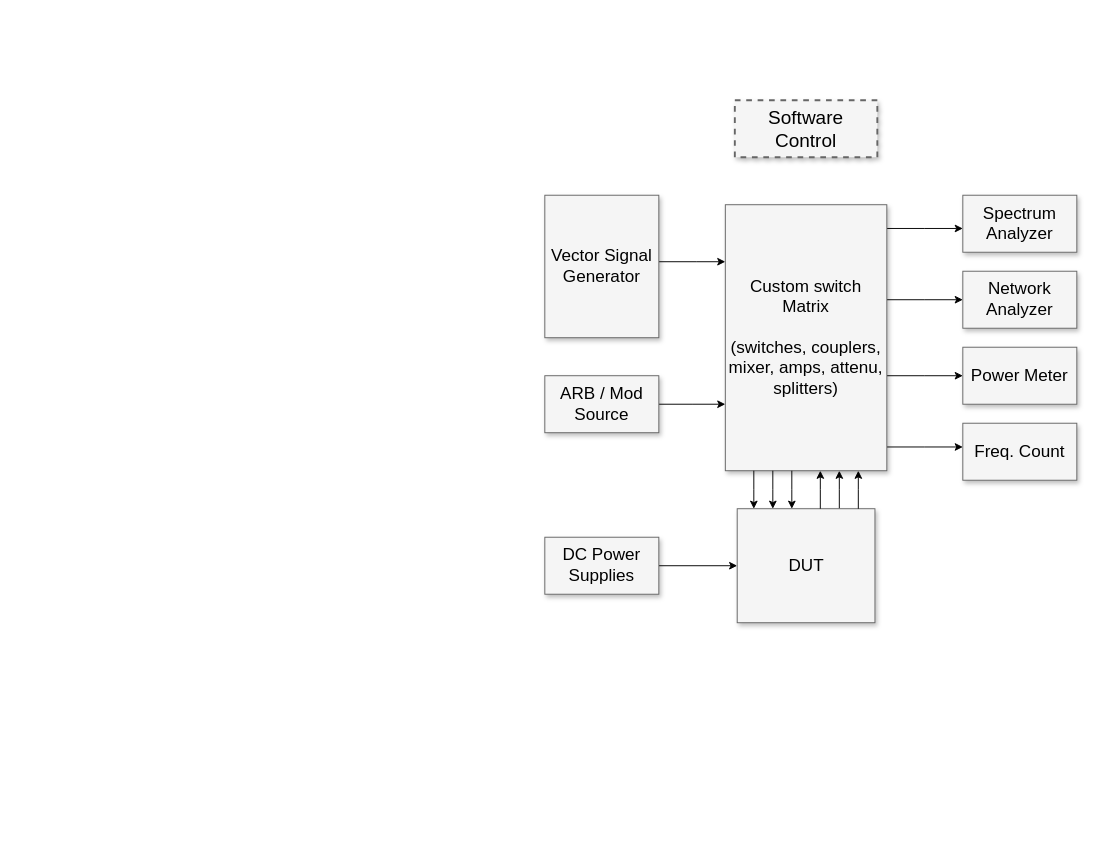
vkeiper/flowcharts keeps this draw.io diagram as eLink2/anatomy_fw2.drawio. Above is the earlier version. Source tidied: cells renumbered, new cells numbered last; positions are measured from the earlier drawing's top-left corner, leaving out a move shared by most shapes. Both pictures are drawn from the tidied source at 95%, with x=0, y=0 at pixel (544, 100).
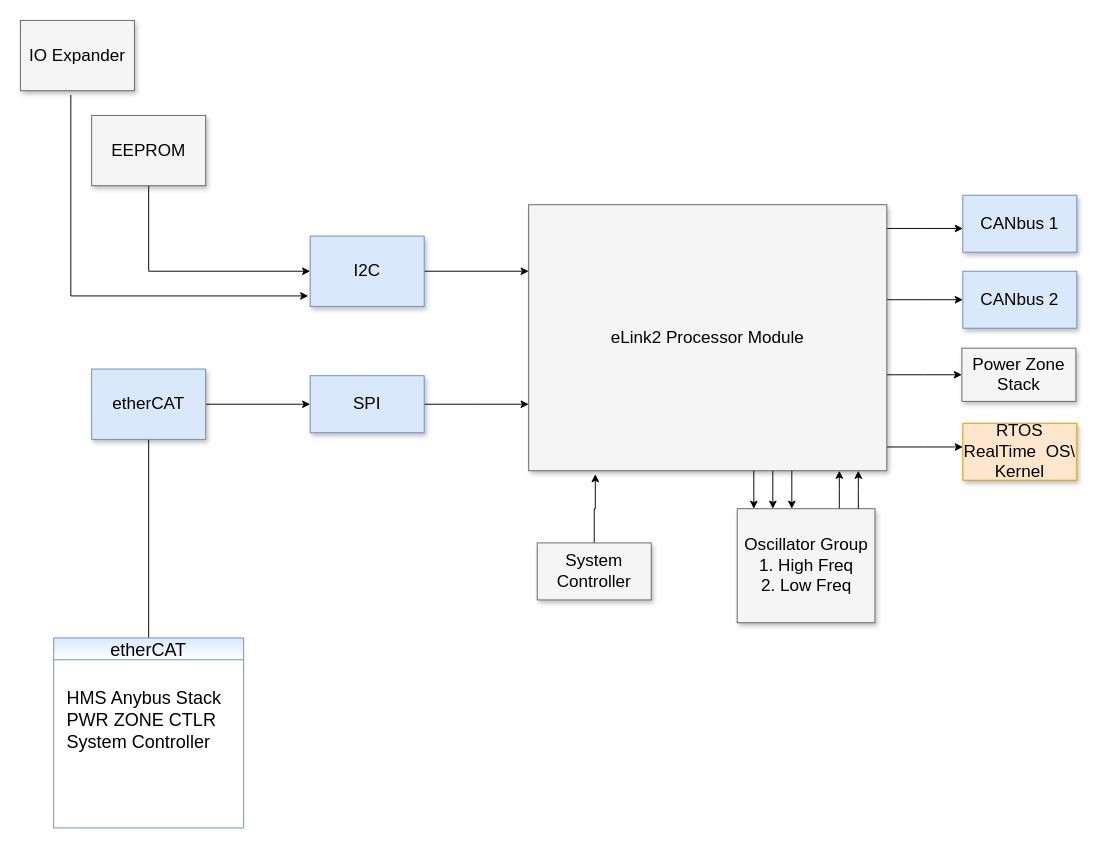
Above is the later version.

The edit, as a diff of the source:
```diff
@@
-    <mxCell id="2" value="Software Control" style="whiteSpace=wrap;html=1;shadow=1;fontSize=20;fillColor=#f5f5f5;strokeColor=#666666;strokeWidth=2;dashed=1;" parent="1" vertex="1">
-      <mxGeometry x="200" width="150" height="60" as="geometry" />
-    </mxCell>
@@
-    <mxCell id="8" value="Custom switch Matrix&lt;div&gt;&lt;br&gt;&lt;/div&gt;&lt;div&gt;(switches, couplers, mixer, amps, attenu, splitters)&lt;/div&gt;" style="whiteSpace=wrap;html=1;shadow=1;fontSize=18;fillColor=#f5f5f5;strokeColor=#666666;" parent="1" vertex="1">
-      <mxGeometry x="190" y="110" width="170" height="280" as="geometry" />
+    <mxCell id="8" value="eLink2 Processor&amp;nbsp;Module&lt;br&gt;" style="whiteSpace=wrap;html=1;shadow=1;fontSize=18;fillColor=#f5f5f5;strokeColor=#666666;" parent="1" vertex="1">
+      <mxGeometry x="-17" y="110" width="377" height="280" as="geometry" />
     </mxCell>
-    <mxCell id="9" value="Spectrum Analyzer" style="whiteSpace=wrap;html=1;shadow=1;fontSize=18;fillColor=#f5f5f5;strokeColor=#666666;" parent="1" vertex="1">
+    <mxCell id="9" value="CANbus 1" style="whiteSpace=wrap;html=1;shadow=1;fontSize=18;fillColor=#dae8fc;strokeColor=#6c8ebf;" parent="1" vertex="1">
       <mxGeometry x="440" y="100" width="120" height="60" as="geometry" />
     </mxCell>
-    <mxCell id="10" value="Network Analyzer" style="whiteSpace=wrap;html=1;shadow=1;fontSize=18;fillColor=#f5f5f5;strokeColor=#666666;" parent="1" vertex="1">
+    <mxCell id="10" value="CANbus 2" style="whiteSpace=wrap;html=1;shadow=1;fontSize=18;fillColor=#dae8fc;strokeColor=#6c8ebf;" parent="1" vertex="1">
       <mxGeometry x="440" y="180" width="120" height="60" as="geometry" />
     </mxCell>
-    <mxCell id="11" value="Power Meter" style="whiteSpace=wrap;html=1;shadow=1;fontSize=18;fillColor=#f5f5f5;strokeColor=#666666;" parent="1" vertex="1">
-      <mxGeometry x="440" y="260" width="120" height="60" as="geometry" />
+    <mxCell id="11" value="Power Zone Stack" style="whiteSpace=wrap;html=1;shadow=1;fontSize=18;fillColor=#f5f5f5;strokeColor=#666666;" parent="1" vertex="1">
+      <mxGeometry x="439" y="261" width="120" height="56" as="geometry" />
     </mxCell>
-    <mxCell id="12" value="Freq. Count" style="whiteSpace=wrap;html=1;shadow=1;fontSize=18;fillColor=#f5f5f5;strokeColor=#666666;" parent="1" vertex="1">
+    <mxCell id="12" value="RTOS&lt;br&gt;RealTime&amp;nbsp; OS\ Kernel&lt;br&gt;" style="whiteSpace=wrap;html=1;shadow=1;fontSize=18;fillColor=#ffe6cc;strokeColor=#d79b00;" parent="1" vertex="1">
       <mxGeometry x="440" y="340" width="120" height="60" as="geometry" />
     </mxCell>
@@
-    <mxCell id="14" value="Vector Signal Generator" style="whiteSpace=wrap;html=1;shadow=1;fontSize=18;fillColor=#f5f5f5;strokeColor=#666666;" parent="1" vertex="1">
-      <mxGeometry y="100" width="120" height="150" as="geometry" />
+    <mxCell id="14" value="I2C" style="whiteSpace=wrap;html=1;shadow=1;fontSize=18;fillColor=#dae8fc;strokeColor=#6c8ebf;" parent="1" vertex="1">
+      <mxGeometry x="-247" y="143" width="120" height="74" as="geometry" />
     </mxCell>
@@
-    <mxCell id="16" value="ARB / Mod Source" style="whiteSpace=wrap;html=1;shadow=1;fontSize=18;fillColor=#f5f5f5;strokeColor=#666666;" parent="1" vertex="1">
-      <mxGeometry y="290" width="120" height="60" as="geometry" />
+    <mxCell id="16" value="SPI" style="whiteSpace=wrap;html=1;shadow=1;fontSize=18;fillColor=#dae8fc;strokeColor=#6c8ebf;" parent="1" vertex="1">
+      <mxGeometry x="-247" y="290" width="120" height="60" as="geometry" />
     </mxCell>
-    <mxCell id="17" value="DUT" style="whiteSpace=wrap;html=1;shadow=1;fontSize=18;fillColor=#f5f5f5;strokeColor=#666666;" parent="1" vertex="1">
+    <mxCell id="17" value="Oscillator Group&lt;br&gt;1. High Freq&lt;br&gt;2. Low Freq&lt;br&gt;" style="whiteSpace=wrap;html=1;shadow=1;fontSize=18;fillColor=#f5f5f5;strokeColor=#666666;" parent="1" vertex="1">
       <mxGeometry x="202.5" y="430" width="145" height="120" as="geometry" />
     </mxCell>
-    <mxCell id="18" style="edgeStyle=elbowEdgeStyle;rounded=0;html=1;startArrow=none;startFill=0;jettySize=auto;fontSize=18;elbow=vertical;" parent="1" edge="1" source="19" target="17">
+    <mxCell id="18" style="edgeStyle=elbowEdgeStyle;rounded=0;html=1;startArrow=none;startFill=0;jettySize=auto;fontSize=18;elbow=vertical;entryX=0.186;entryY=1.013;entryDx=0;entryDy=0;entryPerimeter=0;" parent="1" edge="1" source="19" target="8">
       <mxGeometry relative="1" as="geometry" />
     </mxCell>
-    <mxCell id="19" value="DC Power Supplies" style="whiteSpace=wrap;html=1;shadow=1;fontSize=18;fillColor=#f5f5f5;strokeColor=#666666;" parent="1" vertex="1">
-      <mxGeometry y="460" width="120" height="60" as="geometry" />
+    <mxCell id="19" value="System Controller" style="whiteSpace=wrap;html=1;shadow=1;fontSize=18;fillColor=#f5f5f5;strokeColor=#666666;" parent="1" vertex="1">
+      <mxGeometry x="-8" y="466" width="120" height="60" as="geometry" />
     </mxCell>
@@
-    <mxCell id="21" style="edgeStyle=elbowEdgeStyle;rounded=0;html=1;startArrow=none;startFill=0;jettySize=auto;orthogonalLoop=1;fontSize=18;" parent="1" edge="1">
-      <mxGeometry relative="1" as="geometry">
-        <mxPoint x="290" y="430" as="sourcePoint" />
-        <mxPoint x="290" y="390" as="targetPoint" />
-        <Array as="points">
-          <mxPoint x="290" y="410" />
-          <mxPoint x="290" y="410" />
-        </Array>
-      </mxGeometry>
-    </mxCell>
@@
+    <mxCell id="25" style="edgeStyle=elbowEdgeStyle;rounded=0;html=1;startArrow=none;startFill=0;jettySize=auto;fontSize=18;elbow=vertical;entryX=0;entryY=0.5;entryDx=0;entryDy=0;" parent="1" edge="1" source="26" target="14">
+      <mxGeometry relative="1" as="geometry">
+        <Array as="points">
+          <mxPoint x="-327" y="180" />
+          <mxPoint x="-70" y="43" />
+        </Array>
+      </mxGeometry>
+    </mxCell>
+    <mxCell id="26" value="EEPROM" style="whiteSpace=wrap;html=1;shadow=1;fontSize=18;fillColor=#f5f5f5;strokeColor=#666666;" parent="1" vertex="1">
+      <mxGeometry x="-477" y="16" width="120" height="74" as="geometry" />
+    </mxCell>
+    <mxCell id="27" style="edgeStyle=elbowEdgeStyle;rounded=0;html=1;startArrow=none;startFill=0;jettySize=auto;fontSize=18;elbow=vertical;exitX=0.442;exitY=1.059;exitDx=0;exitDy=0;exitPerimeter=0;entryX=-0.017;entryY=0.857;entryDx=0;entryDy=0;entryPerimeter=0;" parent="1" edge="1" source="28" target="14">
+      <mxGeometry relative="1" as="geometry">
+        <Array as="points">
+          <mxPoint x="-377" y="206" />
+          <mxPoint x="-277" y="76" />
+          <mxPoint x="-297" y="-37" />
+          <mxPoint x="-307" y="66" />
+          <mxPoint x="-317" y="-37" />
+          <mxPoint x="-307" />
+          <mxPoint x="-307" y="176" />
+        </Array>
+      </mxGeometry>
+    </mxCell>
+    <mxCell id="28" value="IO Expander" style="whiteSpace=wrap;html=1;shadow=1;fontSize=18;fillColor=#f5f5f5;strokeColor=#666666;" parent="1" vertex="1">
+      <mxGeometry x="-552" y="-84" width="120" height="74" as="geometry" />
+    </mxCell>
+    <mxCell id="29" style="edgeStyle=orthogonalEdgeStyle;rounded=0;jettySize=auto;html=1;exitX=1;exitY=0.5;exitDx=0;exitDy=0;entryX=0;entryY=0.5;entryDx=0;entryDy=0;" parent="1" edge="1" source="31" target="16">
+      <mxGeometry relative="1" as="geometry" />
+    </mxCell>
+    <mxCell id="30" style="edgeStyle=orthogonalEdgeStyle;rounded=0;jettySize=auto;html=1;exitX=0.5;exitY=1;exitDx=0;exitDy=0;entryX=0.5;entryY=0;entryDx=0;entryDy=0;fontSize=19;endArrow=none;endFill=0;" parent="1" edge="1" source="31" target="33">
+      <mxGeometry relative="1" as="geometry" />
+    </mxCell>
+    <mxCell id="31" value="etherCAT" style="whiteSpace=wrap;html=1;shadow=1;fontSize=18;fillColor=#dae8fc;strokeColor=#6c8ebf;" parent="1" vertex="1">
+      <mxGeometry x="-477" y="283" width="120" height="74" as="geometry" />
+    </mxCell>
+    <mxCell id="32" value="HMS Anybus Stack&lt;br&gt;PWR ZONE CTLR&lt;br&gt;System Controller&lt;br&gt;" style="text;html=1;align=left;verticalAlign=top;spacingTop=-4;fontSize=19;gradientColor=#ffffff;" parent="1" vertex="1">
+      <mxGeometry x="-505" y="616" width="180" height="70" as="geometry" />
+    </mxCell>
+    <mxCell id="33" value="etherCAT" style="swimlane;fillColor=#dae8fc;strokeColor=#6c8ebf;fontSize=19;fontStyle=0;gradientColor=#ffffff;startSize=23;" parent="1" vertex="1">
+      <mxGeometry x="-517" y="566" width="200" height="200" as="geometry" />
+    </mxCell>
```
